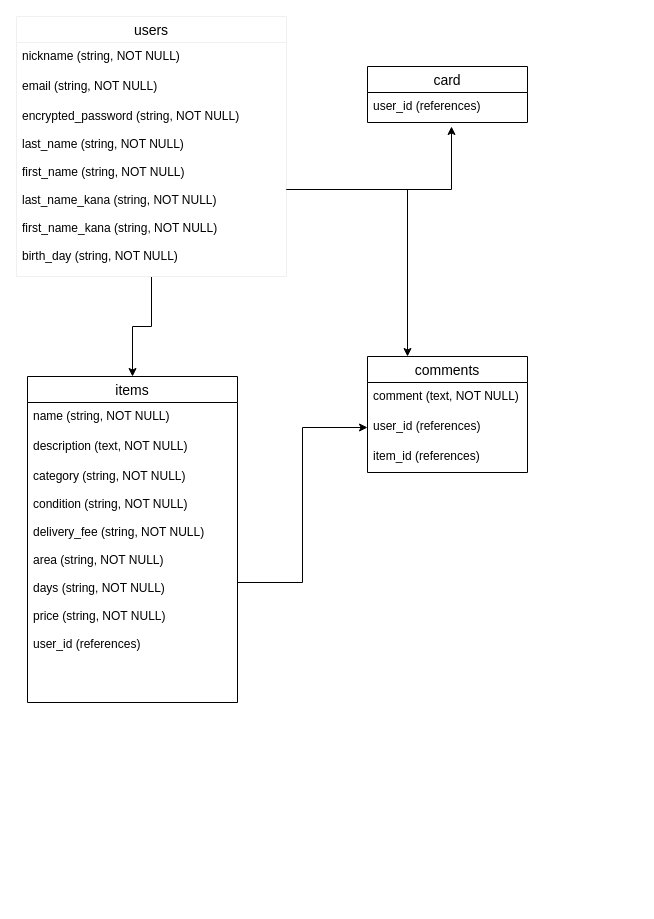
Earlier version of the draw.io diagram furima-35955.dio (hadzuki89/furima-35955). Source tidied: cells renumbered, new cells numbered last; positions are measured from the earlier drawing's top-left corner, leaving out a move shared by most shapes. Both pictures are drawn from the tidied source at 100%, with x=0, y=0 at pixel (16, 16).
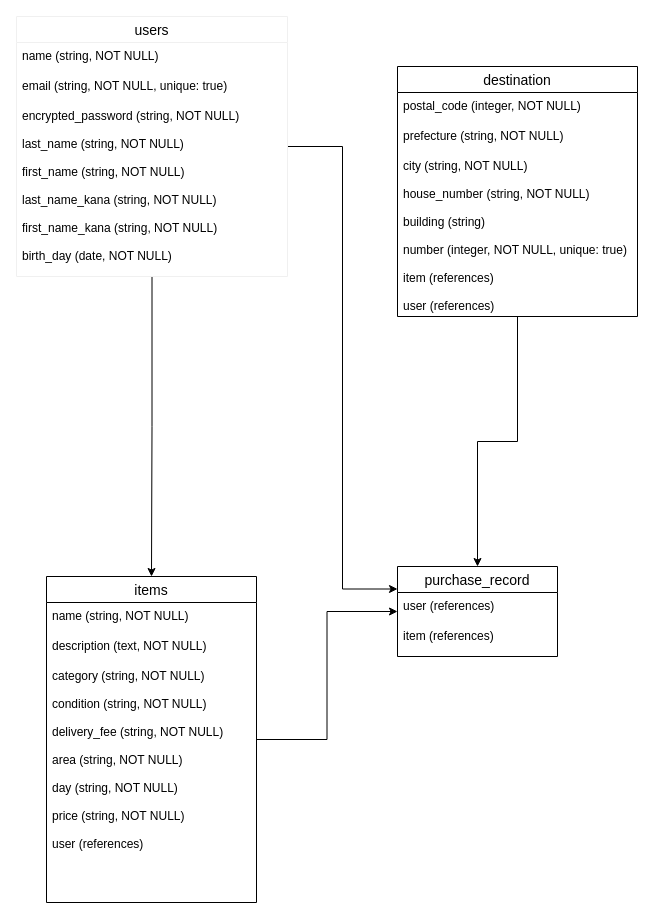
After the change.

Change to the diagram source:
```diff
@@
-    <mxCell id="2" style="edgeStyle=orthogonalEdgeStyle;rounded=0;jettySize=auto;html=1;entryX=0.5;entryY=0;entryDx=0;entryDy=0;" parent="1" edge="1" source="3" target="7">
+    <mxCell id="2" style="edgeStyle=orthogonalEdgeStyle;rounded=0;jettySize=auto;html=1;" parent="1" edge="1" source="3" target="7">
       <mxGeometry relative="1" as="geometry" />
     </mxCell>
+    <mxCell id="20" style="edgeStyle=orthogonalEdgeStyle;rounded=0;jettySize=auto;html=1;entryX=0;entryY=0.25;entryDx=0;entryDy=0;" parent="1" edge="1" source="3" target="22">
+      <mxGeometry relative="1" as="geometry" />
+    </mxCell>
     <mxCell id="3" value="users" style="swimlane;fontStyle=0;horizontal=1;startSize=26;align=center;fontSize=14;strokeColor=#f0f0f0;" parent="1" vertex="1">
-      <mxGeometry width="270" height="260" as="geometry" />
+      <mxGeometry width="271" height="260" as="geometry" />
     </mxCell>
-    <mxCell id="4" value="nickname (string, NOT NULL)" style="text;strokeColor=none;fillColor=none;spacingLeft=4;spacingRight=4;overflow=hidden;fontSize=12;" parent="3" vertex="1">
-      <mxGeometry y="26" width="270" height="30" as="geometry" />
+    <mxCell id="4" value="name (string, NOT NULL)" style="text;strokeColor=none;fillColor=none;spacingLeft=4;spacingRight=4;overflow=hidden;fontSize=12;" parent="3" vertex="1">
+      <mxGeometry y="26" width="271" height="30" as="geometry" />
     </mxCell>
-    <mxCell id="5" value="email (string, NOT NULL)" style="text;strokeColor=none;fillColor=none;spacingLeft=4;spacingRight=4;overflow=hidden;fontSize=12;" parent="3" vertex="1">
-      <mxGeometry y="56" width="270" height="30" as="geometry" />
+    <mxCell id="5" value="email (string, NOT NULL, unique: true)" style="text;strokeColor=none;fillColor=none;spacingLeft=4;spacingRight=4;overflow=hidden;fontSize=12;" parent="3" vertex="1">
+      <mxGeometry y="56" width="271" height="30" as="geometry" />
     </mxCell>
-    <mxCell id="6" value="encrypted_password (string, NOT NULL)&#10;&#10;last_name (string, NOT NULL)&#10;&#10;first_name (string, NOT NULL)&#10;&#10;last_name_kana (string, NOT NULL)&#10;&#10;first_name_kana (string, NOT NULL)&#10;&#10;birth_day (string, NOT NULL)&#10;&#10;" style="text;strokeColor=none;fillColor=none;spacingLeft=4;spacingRight=4;overflow=hidden;points=[[0,0.5],[1,0.5]];portConstraint=eastwest;fontSize=12;" parent="3" vertex="1">
-      <mxGeometry y="86" width="270" height="174" as="geometry" />
+    <mxCell id="6" value="encrypted_password (string, NOT NULL)&#10;&#10;last_name (string, NOT NULL)&#10;&#10;first_name (string, NOT NULL)&#10;&#10;last_name_kana (string, NOT NULL)&#10;&#10;first_name_kana (string, NOT NULL)&#10;&#10;birth_day (date, NOT NULL)&#10;&#10;" style="text;strokeColor=none;fillColor=none;spacingLeft=4;spacingRight=4;overflow=hidden;points=[[0,0.5],[1,0.5]];portConstraint=eastwest;fontSize=12;" parent="3" vertex="1">
+      <mxGeometry y="86" width="271" height="174" as="geometry" />
     </mxCell>
+    <mxCell id="21" style="edgeStyle=orthogonalEdgeStyle;rounded=0;jettySize=auto;html=1;" parent="1" edge="1" source="7" target="22">
+      <mxGeometry relative="1" as="geometry" />
+    </mxCell>
     <mxCell id="7" value="items" style="swimlane;fontStyle=0;horizontal=1;startSize=26;align=center;fontSize=14;" parent="1" vertex="1">
-      <mxGeometry x="11" y="360" width="210" height="326" as="geometry" />
+      <mxGeometry x="30" y="560" width="210" height="326" as="geometry" />
     </mxCell>
@@
-    <mxCell id="10" value="category (string, NOT NULL)&#10;&#10;condition (string, NOT NULL)&#10;&#10;delivery_fee (string, NOT NULL)&#10;&#10;area (string, NOT NULL)&#10;&#10;days (string, NOT NULL)&#10;&#10;price (string, NOT NULL)&#10;&#10;user_id (references)&#10;&#10;" style="text;strokeColor=none;fillColor=none;spacingLeft=4;spacingRight=4;overflow=hidden;points=[[0,0.5],[1,0.5]];portConstraint=eastwest;fontSize=12;" parent="7" vertex="1">
+    <mxCell id="10" value="category (string, NOT NULL)&#10;&#10;condition (string, NOT NULL)&#10;&#10;delivery_fee (string, NOT NULL)&#10;&#10;area (string, NOT NULL)&#10;&#10;day (string, NOT NULL)&#10;&#10;price (string, NOT NULL)&#10;&#10;user (references)&#10;&#10;" style="text;strokeColor=none;fillColor=none;spacingLeft=4;spacingRight=4;overflow=hidden;points=[[0,0.5],[1,0.5]];portConstraint=eastwest;fontSize=12;" parent="7" vertex="1">
       <mxGeometry y="86" width="210" height="240" as="geometry" />
     </mxCell>
-    <mxCell id="11" value="comments" style="swimlane;fontStyle=0;horizontal=1;startSize=26;align=center;fontSize=14;" parent="1" vertex="1">
-      <mxGeometry x="351" y="340" width="160" height="116" as="geometry" />
-    </mxCell>
-    <mxCell id="12" value="comment (text, NOT NULL)" style="text;strokeColor=none;fillColor=none;spacingLeft=4;spacingRight=4;overflow=hidden;fontSize=12;" parent="11" vertex="1">
-      <mxGeometry y="26" width="160" height="30" as="geometry" />
-    </mxCell>
-    <mxCell id="13" value="user_id (references)" style="text;strokeColor=none;fillColor=none;spacingLeft=4;spacingRight=4;overflow=hidden;points=[[0,0.5],[1,0.5]];portConstraint=eastwest;fontSize=12;" parent="11" vertex="1">
-      <mxGeometry y="56" width="160" height="30" as="geometry" />
-    </mxCell>
-    <mxCell id="14" value="item_id (references)" style="text;strokeColor=none;fillColor=none;spacingLeft=4;spacingRight=4;overflow=hidden;fontSize=12;" parent="11" vertex="1">
-      <mxGeometry y="86" width="160" height="30" as="geometry" />
-    </mxCell>
-    <mxCell id="15" value="card" style="swimlane;fontStyle=0;horizontal=1;startSize=26;align=center;fontSize=14;" parent="1" vertex="1">
-      <mxGeometry x="351" y="50" width="160" height="56" as="geometry" />
-    </mxCell>
-    <mxCell id="16" value="user_id (references)" style="text;strokeColor=none;fillColor=none;spacingLeft=4;spacingRight=4;overflow=hidden;fontSize=12;" parent="15" vertex="1">
-      <mxGeometry y="26" width="160" height="30" as="geometry" />
-    </mxCell>
-    <mxCell id="17" style="edgeStyle=orthogonalEdgeStyle;rounded=0;jettySize=auto;html=1;" parent="1" edge="1" source="6">
-      <mxGeometry relative="1" as="geometry">
-        <mxPoint x="435" y="110" as="targetPoint" />
-        <Array as="points">
-          <mxPoint x="435" y="173" />
-        </Array>
-      </mxGeometry>
-    </mxCell>
-    <mxCell id="18" style="edgeStyle=orthogonalEdgeStyle;rounded=0;jettySize=auto;html=1;entryX=0.25;entryY=0;entryDx=0;entryDy=0;" parent="1" edge="1" source="6" target="11">
-      <mxGeometry relative="1" as="geometry" />
-    </mxCell>
-    <mxCell id="19" style="edgeStyle=orthogonalEdgeStyle;rounded=0;jettySize=auto;html=1;entryX=0;entryY=0.5;entryDx=0;entryDy=0;" parent="1" edge="1" source="10" target="13">
-      <mxGeometry relative="1" as="geometry" />
-    </mxCell>
+    <mxCell id="22" value="purchase_record" style="swimlane;fontStyle=0;horizontal=1;startSize=26;align=center;fontSize=14;" parent="1" vertex="1">
+      <mxGeometry x="381" y="550" width="160" height="90" as="geometry" />
+    </mxCell>
+    <mxCell id="23" value="user (references)" style="text;strokeColor=none;fillColor=none;spacingLeft=4;spacingRight=4;overflow=hidden;fontSize=12;" parent="22" vertex="1">
+      <mxGeometry y="26" width="160" height="30" as="geometry" />
+    </mxCell>
+    <mxCell id="24" value="item (references)&#10;" style="text;strokeColor=none;fillColor=none;spacingLeft=4;spacingRight=4;overflow=hidden;fontSize=12;" parent="22" vertex="1">
+      <mxGeometry y="56" width="160" height="34" as="geometry" />
+    </mxCell>
+    <mxCell id="25" style="edgeStyle=orthogonalEdgeStyle;rounded=0;jettySize=auto;html=1;" parent="1" edge="1" source="26" target="22">
+      <mxGeometry relative="1" as="geometry" />
+    </mxCell>
+    <mxCell id="26" value="destination" style="swimlane;fontStyle=0;horizontal=1;startSize=26;align=center;fontSize=14;" parent="1" vertex="1">
+      <mxGeometry x="381" y="50" width="240" height="250" as="geometry" />
+    </mxCell>
+    <mxCell id="27" value="postal_code (integer, NOT NULL)" style="text;strokeColor=none;fillColor=none;spacingLeft=4;spacingRight=4;overflow=hidden;fontSize=12;" parent="26" vertex="1">
+      <mxGeometry y="26" width="240" height="30" as="geometry" />
+    </mxCell>
+    <mxCell id="28" value="prefecture (string, NOT NULL)&#10;" style="text;strokeColor=none;fillColor=none;spacingLeft=4;spacingRight=4;overflow=hidden;fontSize=12;" parent="26" vertex="1">
+      <mxGeometry y="56" width="240" height="30" as="geometry" />
+    </mxCell>
+    <mxCell id="29" value="city (string, NOT NULL)&#10;&#10;house_number (string, NOT NULL)&#10;&#10;building (string)&#10;&#10;number (integer, NOT NULL, unique: true)&#10;&#10;item (references)&#10;&#10;user (references)" style="text;strokeColor=none;fillColor=none;spacingLeft=4;spacingRight=4;overflow=hidden;fontSize=12;" parent="26" vertex="1">
+      <mxGeometry y="86" width="240" height="164" as="geometry" />
+    </mxCell>
```
